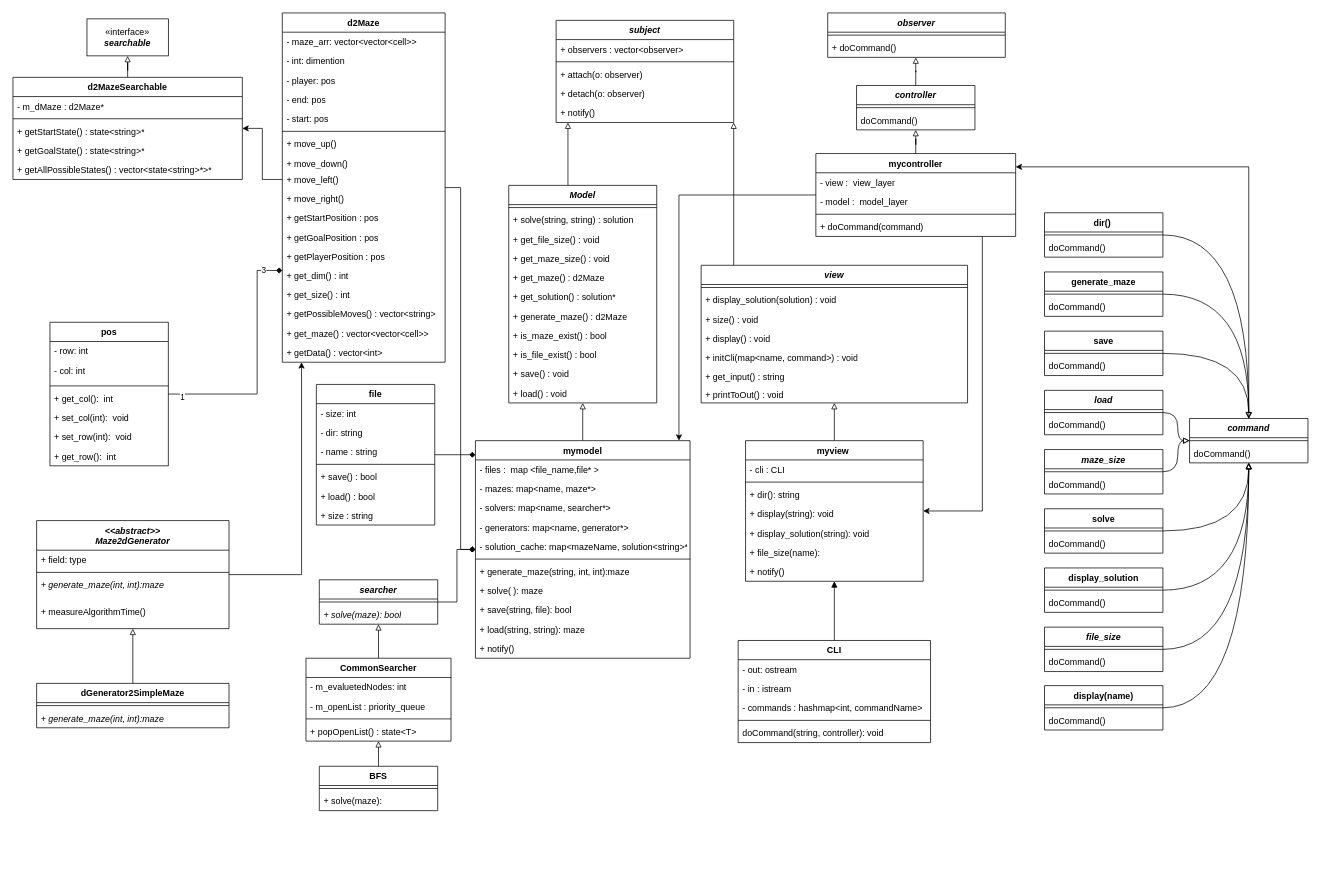
This is class.drawio from ronyzrihen/maze2d, a draw.io file, before an edit. Source tidied: cells renumbered, new cells numbered last; positions are measured from the earlier drawing's top-left corner, leaving out a move shared by most shapes. Both pictures are drawn from the tidied source at 74%, with x=0, y=0 at pixel (13, 13).
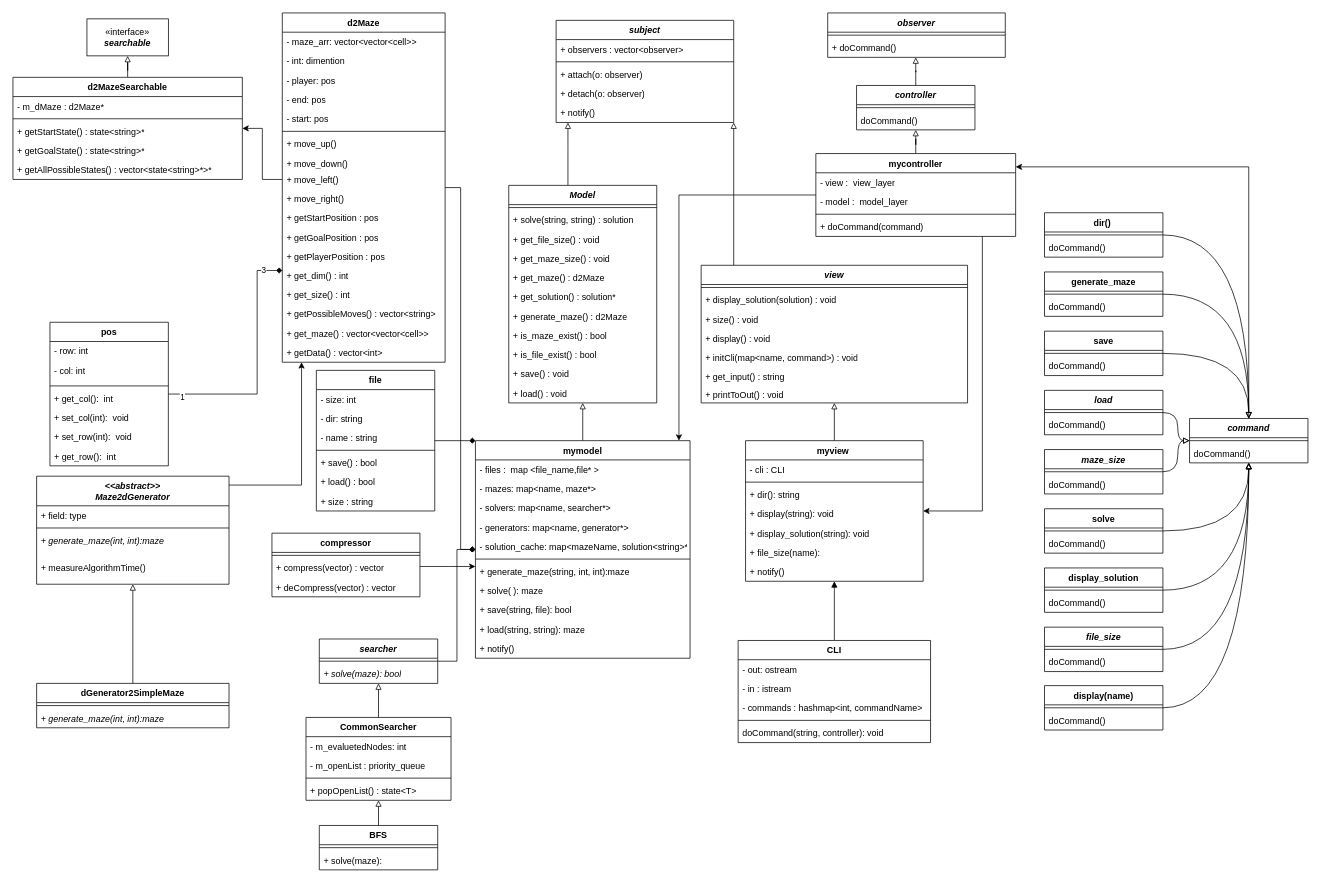
The same diagram, later.

The change refers to these unchanged cells:
```xml
<mxCell id="3" value="d2Maze" style="swimlane;fontStyle=1;align=center;verticalAlign=top;horizontal=1;startSize=26;whiteSpace=wrap;html=1;" parent="1" vertex="1">
  <mxGeometry x="364" width="220" height="472" as="geometry" />
</mxCell>
<mxCell id="69" value="mymodel" style="swimlane;fontStyle=1;align=center;verticalAlign=top;horizontal=1;startSize=26;whiteSpace=wrap;html=1;" parent="1" vertex="1">
  <mxGeometry x="625" y="578" width="290" height="294" as="geometry" />
</mxCell>
```

What changed in the source:
```diff
@@
     <mxCell id="22" value="&lt;i&gt;&amp;lt;&amp;lt;abstract&amp;gt;&amp;gt;&lt;br&gt;Maze2dGenerator&lt;/i&gt;" style="swimlane;fontStyle=1;align=center;verticalAlign=top;horizontal=1;startSize=40;whiteSpace=wrap;html=1;" parent="1" vertex="1">
-      <mxGeometry x="32" y="686" width="260" height="146" as="geometry" />
+      <mxGeometry x="32" y="626" width="260" height="146" as="geometry" />
     </mxCell>
@@
     <mxCell id="27" style="edgeStyle=orthogonalEdgeStyle;rounded=0;jettySize=auto;html=1;" parent="1" edge="1" source="22" target="3">
       <mxGeometry relative="1" as="geometry">
         <Array as="points">
-          <mxPoint x="390" y="759" />
+          <mxPoint x="390" y="638" />
         </Array>
       </mxGeometry>
     </mxCell>
@@
     <mxCell id="33" value="file" style="swimlane;fontStyle=1;align=center;verticalAlign=top;horizontal=1;startSize=26;whiteSpace=wrap;html=1;" parent="1" vertex="1">
-      <mxGeometry x="410" y="502" width="160" height="190" as="geometry" />
+      <mxGeometry x="410" y="483" width="160" height="190" as="geometry" />
     </mxCell>
@@
     <mxCell id="42" value="&lt;i&gt;searcher&lt;/i&gt;" style="swimlane;fontStyle=1;align=center;verticalAlign=top;horizontal=1;startSize=26;whiteSpace=wrap;html=1;" parent="1" vertex="1">
-      <mxGeometry x="414" y="766" width="160" height="60" as="geometry" />
+      <mxGeometry x="414" y="846" width="160" height="60" as="geometry" />
     </mxCell>
@@
     <mxCell id="46" value="BFS" style="swimlane;fontStyle=1;align=center;verticalAlign=top;horizontal=1;startSize=26;whiteSpace=wrap;html=1;" parent="1" vertex="1">
-      <mxGeometry x="414" y="1018" width="160" height="60" as="geometry" />
+      <mxGeometry x="414" y="1098" width="160" height="60" as="geometry" />
     </mxCell>
@@
     <mxCell id="173" value="CommonSearcher" style="swimlane;fontStyle=1;align=center;verticalAlign=top;horizontal=1;startSize=26;whiteSpace=wrap;html=1;" parent="1" vertex="1">
-      <mxGeometry x="396" y="872" width="196" height="112" as="geometry" />
+      <mxGeometry x="396" y="952" width="196" height="112" as="geometry" />
     </mxCell>
@@
+    <mxCell id="187" style="edgeStyle=orthogonalEdgeStyle;rounded=0;jettySize=auto;html=1;" parent="1" edge="1" source="188" target="69">
+      <mxGeometry relative="1" as="geometry">
+        <Array as="points">
+          <mxPoint x="590" y="748" />
+          <mxPoint x="590" y="748" />
+        </Array>
+      </mxGeometry>
+    </mxCell>
+    <mxCell id="188" value="compressor" style="swimlane;fontStyle=1;align=center;verticalAlign=top;horizontal=1;startSize=26;whiteSpace=wrap;html=1;" parent="1" vertex="1">
+      <mxGeometry x="350" y="703" width="200" height="86" as="geometry" />
+    </mxCell>
+    <mxCell id="189" style="line;strokeWidth=1;fillColor=none;align=left;verticalAlign=middle;spacingTop=-1;spacingLeft=3;spacingRight=3;labelPosition=right;strokeColor=inherit;" parent="188" vertex="1">
+      <mxGeometry y="26" width="200" height="8" as="geometry" />
+    </mxCell>
+    <mxCell id="190" value="+ compress(vector) : vector" style="text;strokeColor=none;fillColor=none;align=left;verticalAlign=top;spacingLeft=4;spacingRight=4;overflow=hidden;whiteSpace=wrap;html=1;" parent="188" vertex="1">
+      <mxGeometry y="34" width="200" height="26" as="geometry" />
+    </mxCell>
+    <mxCell id="191" value="+ deCompress(vector) : vector" style="text;strokeColor=none;fillColor=none;align=left;verticalAlign=top;spacingLeft=4;spacingRight=4;overflow=hidden;whiteSpace=wrap;html=1;" parent="188" vertex="1">
+      <mxGeometry y="60" width="200" height="26" as="geometry" />
+    </mxCell>
```
